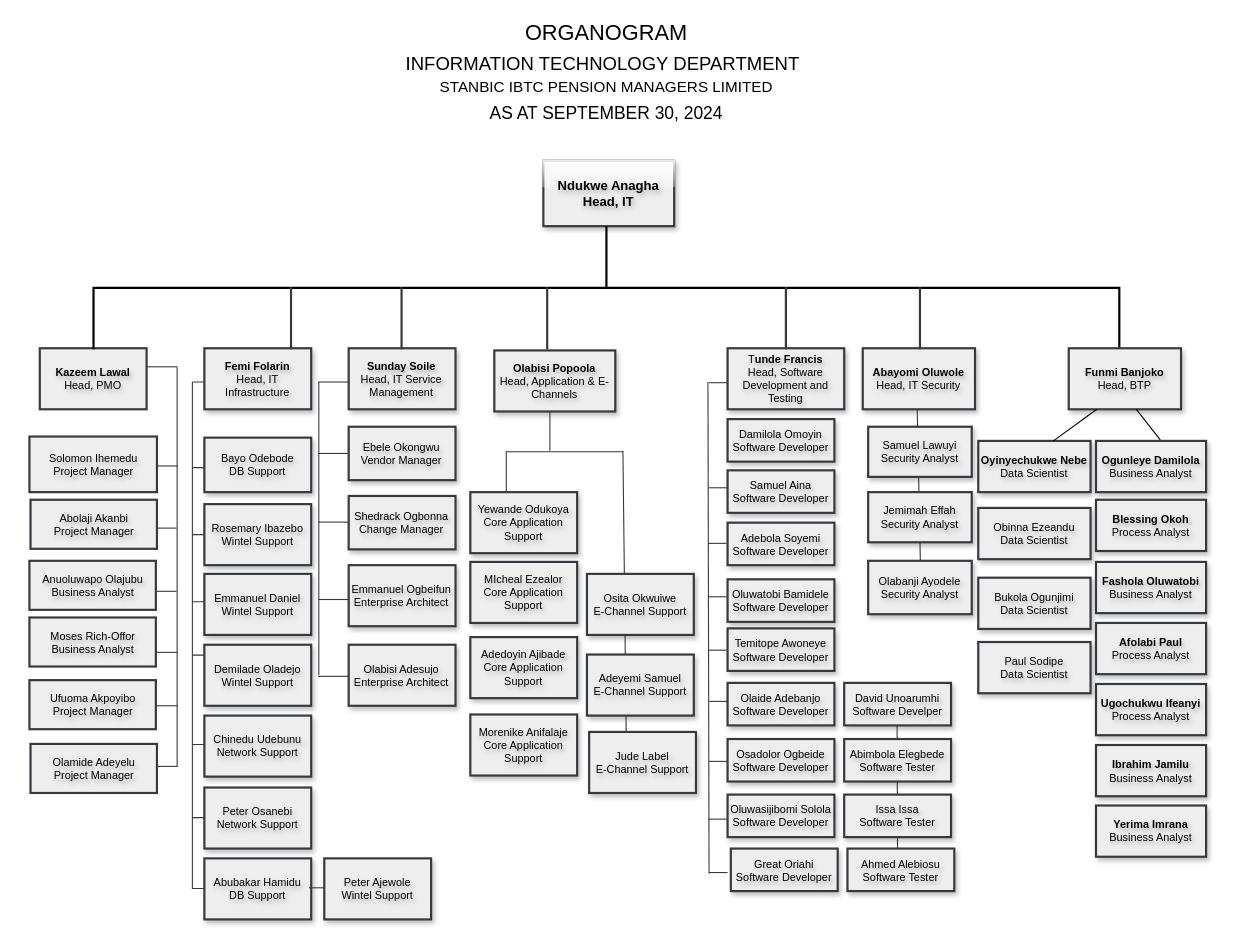
This is page "Copy of Page-1" (2 of 2) of organogram.drawio from Great-B/standard-arch-diagrams, a draw.io file, before an edit. Source tidied: cells renumbered, new cells numbered last; positions are measured from the earlier drawing's top-left corner, leaving out a move shared by most shapes. Both pictures are drawn from the tidied source at 109%, with x=0, y=0 at pixel (19, -226).
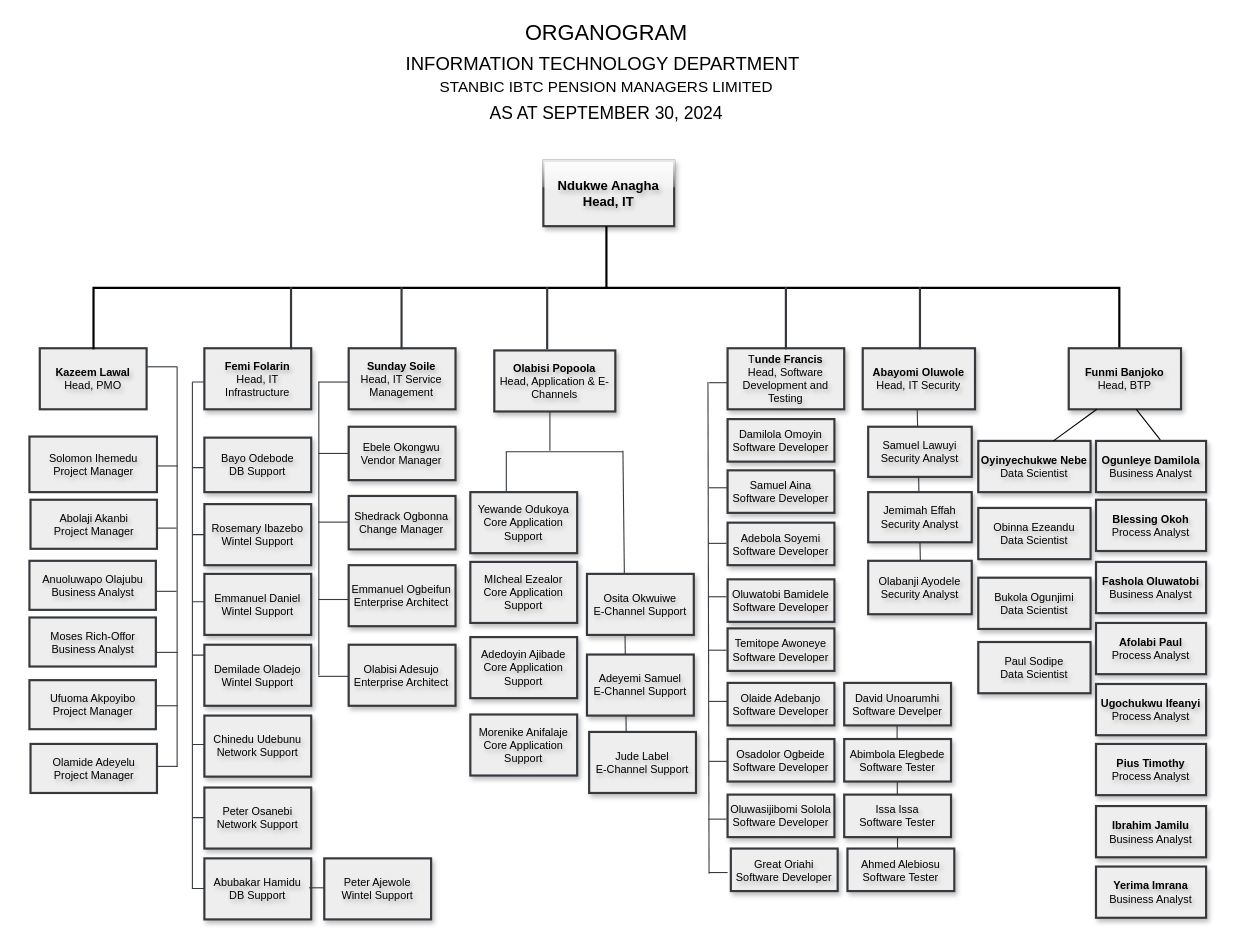
After the change.

The edit, as a diff of the source:
```diff
@@
     <mxCell id="103" value="&lt;span style=&quot;font-size: 10px;&quot;&gt;&lt;b&gt;Ibrahim Jamilu&lt;br&gt;&lt;/b&gt;Business Analyst&lt;/span&gt;" style="rounded=0;whiteSpace=wrap;html=1;strokeWidth=2;perimeterSpacing=0;glass=0;shadow=1;fontStyle=0;textShadow=1;fillColor=#eeeeee;strokeColor=#36393d;fontSize=10;" parent="1" vertex="1">
-      <mxGeometry x="988" y="890" width="101" height="47" as="geometry" />
+      <mxGeometry x="988" y="946" width="101" height="47" as="geometry" />
     </mxCell>
     <mxCell id="104" value="&lt;span style=&quot;font-size: 10px;&quot;&gt;&lt;b&gt;Yerima Imrana&lt;/b&gt;&lt;/span&gt;&lt;div&gt;&lt;span style=&quot;font-size: 10px;&quot;&gt;Business Analyst&lt;/span&gt;&lt;/div&gt;" style="rounded=0;whiteSpace=wrap;html=1;strokeWidth=2;perimeterSpacing=0;glass=0;shadow=1;fontStyle=0;textShadow=1;fillColor=#eeeeee;strokeColor=#36393d;fontSize=10;" parent="1" vertex="1">
-      <mxGeometry x="988" y="945.5" width="101" height="47" as="geometry" />
+      <mxGeometry x="988" y="1001.5" width="101" height="47" as="geometry" />
     </mxCell>
@@
+    <mxCell id="111" value="&lt;span style=&quot;font-size: 10px;&quot;&gt;&lt;b&gt;Pius Timothy&lt;br&gt;&lt;/b&gt;Process Analyst&lt;/span&gt;" style="rounded=0;whiteSpace=wrap;html=1;strokeWidth=2;perimeterSpacing=0;glass=0;shadow=1;fontStyle=0;textShadow=1;fillColor=#eeeeee;strokeColor=#36393d;fontSize=10;" parent="1" vertex="1">
+      <mxGeometry x="988" y="889" width="101" height="47" as="geometry" />
+    </mxCell>
```
